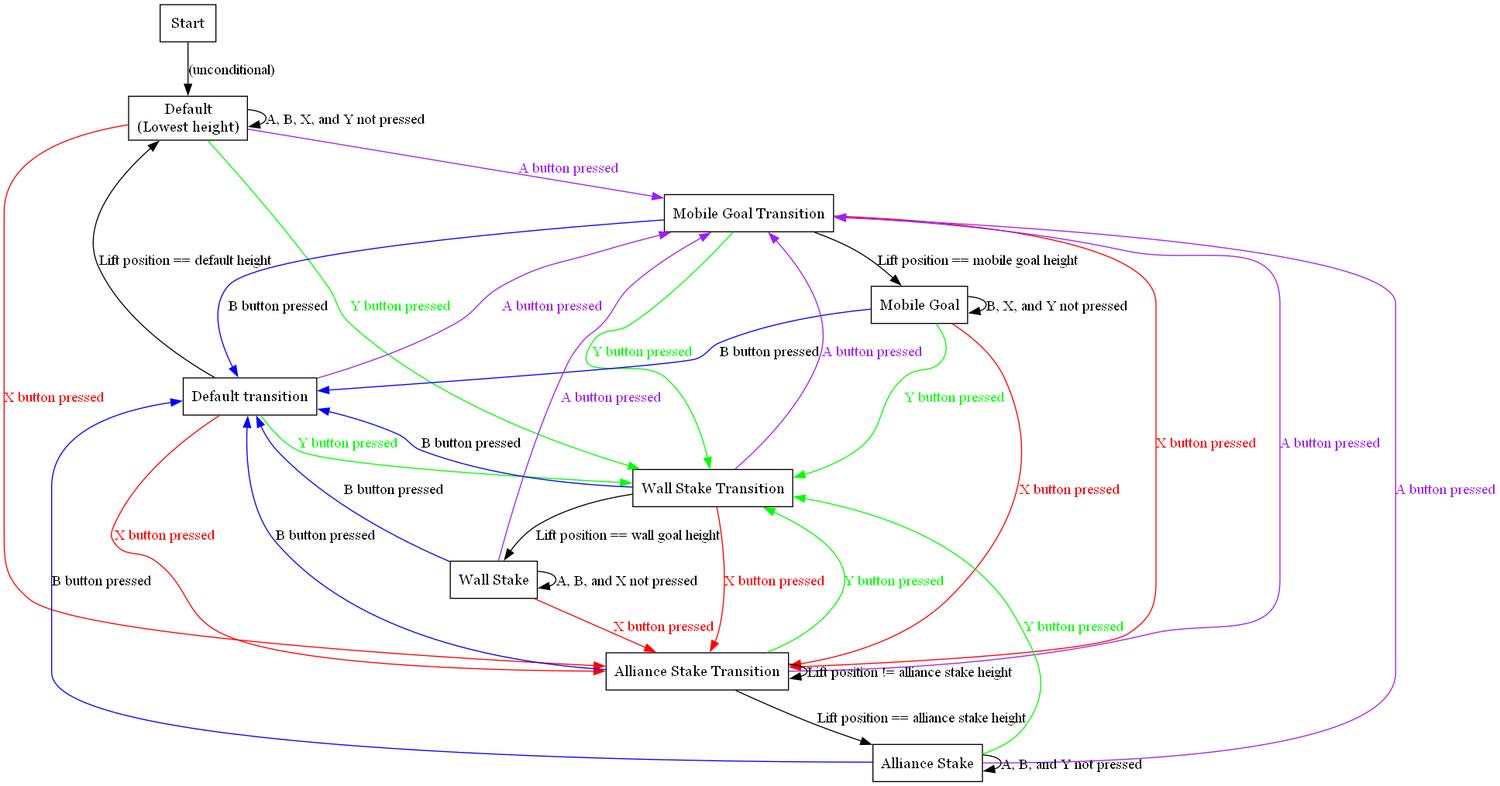
Above: 2024/prototype/intake_mechanisms/docs/lift-state-machine.png in eshsrobotics/vex (Graphviz), before the change. Its source is kept beside it as 2024/prototype/intake_mechanisms/docs/lift-state-machine.dot.
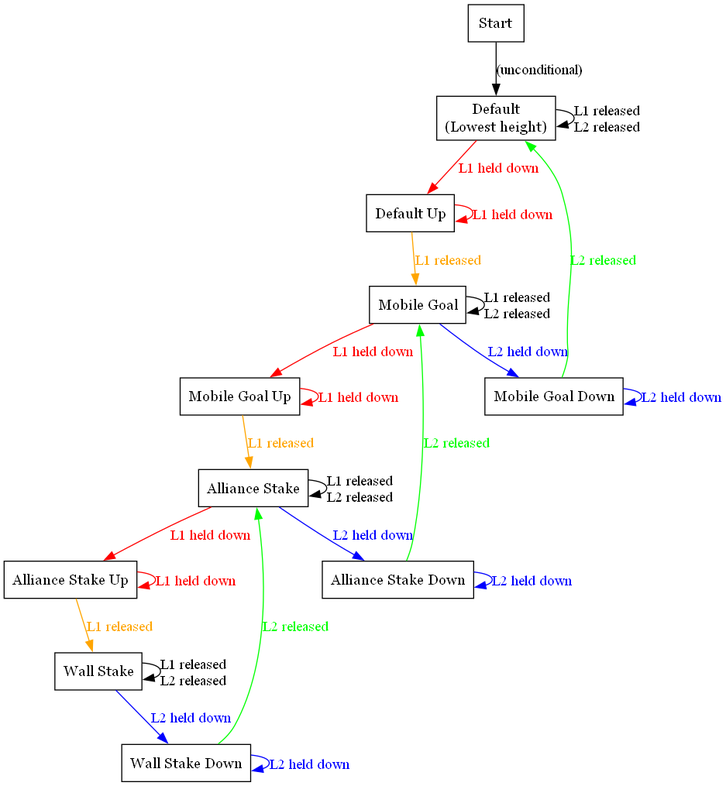
Later version of the same file.

Commit message:
Partially implemented the lift control scheme.

Change to the diagram source:
```diff
@@ -1,57 +1,55 @@
 digraph G {
 
     node [shape=record, fontname="Georgia", style="solid"];
+    graph [rankdir="TB", nodesep=".25"];
 
     Start;
     Default [label="Default\n(Lowest height)"];
-    DefaultTransition [label="Default transition"];
-    MobileGoalTransition [label="Mobile Goal Transition"];
+    DefaultUp [label="Default Up"];
+    MobileGoalDown [label="Mobile Goal Down"];
     MobileGoal [label="Mobile Goal"];
-    AllianceStakeTransition [label="Alliance Stake Transition"];
-    WallStakeTransition [label="Wall Stake Transition"];
+    MobileGoalUp [label="Mobile Goal Up"];
+    AllianceStakeDown [label="Alliance Stake Down"];
     AllianceStake [label="Alliance Stake"];
+    AllianceStakeUp [label="Alliance Stake Up"];
+    WallStakeDown [label="Wall Stake Down"];
     WallStake [label="Wall Stake"];
 
     Start -> Default [label="(unconditional)"];
 
-    DefaultTransition -> Default [label="Lift position == default height"];
-    DefaultTransition -> WallStakeTransition [label="Y button pressed", fontcolor="lime", color="lime"];
-    DefaultTransition -> AllianceStakeTransition [label="X button pressed", fontcolor="red", color="red"];
-    DefaultTransition -> MobileGoalTransition [label="A button pressed", fontcolor="purple", color="purple"];
+    Default -> DefaultUp [label="L1 held down", fontcolor="red", color="red"];
+    Default -> Default [label="L1 released\nL2 released"];
 
-    Default -> MobileGoalTransition [label="A button pressed", fontcolor="purple", color="purple"];
-    Default -> WallStakeTransition [label="Y button pressed", fontcolor="lime", color="lime"];
-    Default -> AllianceStakeTransition [label="X button pressed", fontcolor="red", color="red"];
-    Default -> Default [label="A, B, X, and Y not pressed"];
+    DefaultUp -> MobileGoal [label="L1 released", fontcolor="orange", color="orange"];
+    DefaultUp -> DefaultUp [label="L1 held down", fontcolor="red", color="red"];
 
-    MobileGoalTransition -> MobileGoal [label="Lift position == mobile goal height"];
-    MobileGoalTransition -> AllianceStakeTransition [label="X button pressed", fontcolor="red", color="red"];
-    MobileGoalTransition -> WallStakeTransition [label="Y button pressed", fontcolor="lime", color="lime"];
-    MobileGoalTransition -> DefaultTransition [label="B button pressed", color="blue"];
+    MobileGoal -> MobileGoalDown [label="L2 held down", fontcolor="blue", color="blue"];
+    MobileGoal -> MobileGoal [label="L1 released\nL2 released"];
+    MobileGoal -> MobileGoalUp [label="L1 held down", fontcolor="red", color="red"];
 
-    MobileGoal -> AllianceStakeTransition [label="X button pressed", fontcolor="red", color="red"];
-    MobileGoal -> WallStakeTransition [label="Y button pressed", fontcolor="lime", color="lime"];
-    MobileGoal -> DefaultTransition [label="B button pressed", color="blue"];
-    MobileGoal -> MobileGoal [label="B, X, and Y not pressed"];
+    MobileGoalDown -> Default [label="L2 released", fontcolor="lime", color="lime"];
+    MobileGoalDown -> MobileGoalDown [label="L2 held down", fontcolor="blue", color="blue"];
 
-    AllianceStakeTransition -> DefaultTransition [label="B button pressed", color="blue"];
-    AllianceStakeTransition -> AllianceStake [label="Lift position == alliance stake height"];
-    AllianceStakeTransition -> WallStakeTransition [label="Y button pressed", fontcolor="lime", color="lime"];
-    AllianceStakeTransition -> AllianceStakeTransition [label="Lift position != alliance stake height"];
-    AllianceStakeTransition -> MobileGoalTransition [label="A button pressed", fontcolor="purple", color="purple"];
+    MobileGoalUp -> AllianceStake [label="L1 released", fontcolor="orange", color="orange"];
+    MobileGoalUp -> MobileGoalUp [label="L1 held down", fontcolor="red", color="red"];
 
-    AllianceStake -> DefaultTransition [label="B button pressed", color="blue"];
-    AllianceStake -> MobileGoalTransition [label="A button pressed", fontcolor="purple", color="purple"];
-    AllianceStake -> WallStakeTransition [label="Y button pressed", fontcolor="lime", color="lime"];
-    AllianceStake -> AllianceStake [label="A, B, and Y not pressed"];
+    AllianceStake -> AllianceStakeDown [label="L2 held down", fontcolor="blue", color="blue"];
+    AllianceStake -> AllianceStake [label="L1 released\nL2 released"];
+    AllianceStake -> AllianceStakeUp [label="L1 held down", fontcolor="red", color="red"];
 
-    WallStakeTransition -> DefaultTransition [label="B button pressed", color = "blue"];
-    WallStakeTransition -> WallStake [label="Lift position == wall goal height"];
-    WallStakeTransition -> MobileGoalTransition [label="A button pressed", fontcolor="purple", color = "purple"];
-    WallStakeTransition -> AllianceStakeTransition [label="X button pressed", fontcolor="red", color="red"];
+    AllianceStakeDown -> AllianceStakeDown [label="L2 held down", fontcolor="blue", color="blue"];
+    AllianceStakeDown -> MobileGoal [label="L2 released", fontcolor="lime", color="lime"];
 
-    WallStake -> DefaultTransition [label="B button pressed", color = "blue"];
-    WallStake -> MobileGoalTransition [label="A button pressed", fontcolor="purple", color="purple"]
-    WallStake -> AllianceStakeTransition [label="X button pressed", fontcolor="red", color="red"];
-    WallStake -> WallStake [label="A, B, and X not pressed"];
+    AllianceStakeUp -> WallStake [label="L1 released", fontcolor="orange", color="orange"];
+    AllianceStakeUp -> AllianceStakeUp [label="L1 held down", fontcolor="red", color="red"];
+
+    WallStake -> WallStakeDown [label="L2 held down", fontcolor="blue", color="blue"];
+    WallStake -> WallStake [label="L1 released\nL2 released"];
+
+    WallStakeDown -> AllianceStake [label="L2 released", fontcolor="lime", color="lime"];
+    WallStakeDown -> WallStakeDown [label="L2 held down", fontcolor="blue", color="blue"];
+
+
+
+
 }
```
